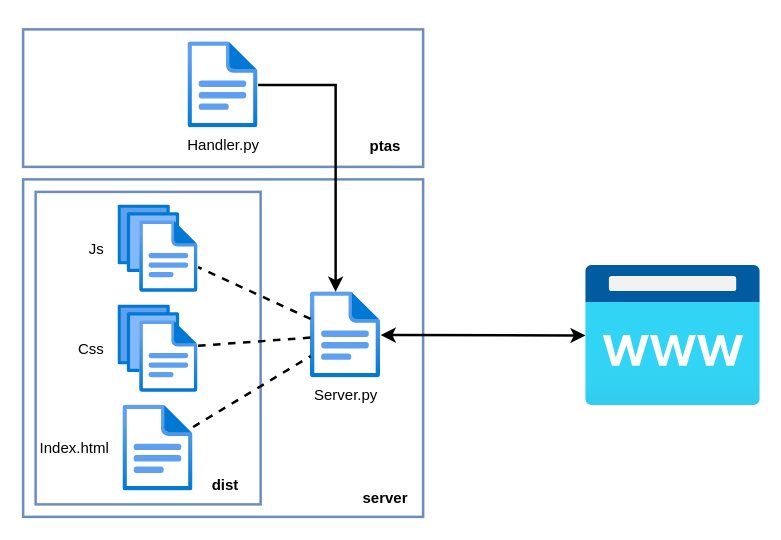
This is drawio/structure.drawio from JadKHaddad/Openfaas-Performance-Testing-as-a-Service, a draw.io file, before an edit. Source tidied: cells renumbered, new cells numbered last; positions are measured from the earlier drawing's top-left corner, leaving out a move shared by most shapes. Both pictures are drawn from the tidied source at 125%, with x=0, y=0 at pixel (22, 29). Pictures stored in the file or linked from it are replaced by grey dashed boxes.
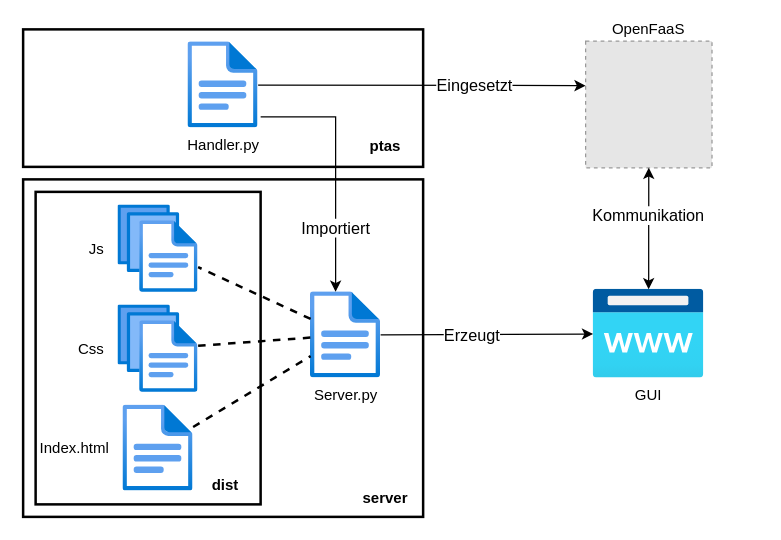
After the change.

Unchanged cells that the change refers to:
```xml
<mxCell id="5" value="Server.py" style="html=1;points=[];align=center;image;fontSize=12;image=img/lib/azure2/general/File.svg;" parent="1" vertex="1">
  <mxGeometry x="230" y="210" width="56" height="69" as="geometry" />
</mxCell>
<mxCell id="13" value="Handler.py" style="html=1;points=[];align=center;image;fontSize=12;image=img/lib/azure2/general/File.svg;" parent="1" vertex="1">
  <mxGeometry x="132" y="10" width="56" height="69" as="geometry" />
</mxCell>
```

What changed in the source:
```diff
@@
+    <mxCell id="12" style="rounded=0;whiteSpace=wrap;html=1;fillColor=none;strokeColor=#000000;strokeWidth=2;" parent="1" vertex="1">
+      <mxGeometry width="320" height="110" as="geometry" />
+    </mxCell>
+    <mxCell id="3" style="rounded=0;whiteSpace=wrap;html=1;fillColor=none;strokeColor=#000000;strokeWidth=2;" parent="1" vertex="1">
+      <mxGeometry y="120" width="320" height="270" as="geometry" />
+    </mxCell>
-    <mxCell id="2" style="rounded=0;whiteSpace=wrap;html=1;fillColor=none;strokeColor=#6c8ebf;strokeWidth=2;" parent="1" vertex="1">
+    <mxCell id="2" style="rounded=0;whiteSpace=wrap;html=1;fillColor=none;strokeColor=#000000;strokeWidth=2;" parent="1" vertex="1">
       <mxGeometry x="10" y="130" width="180" height="250" as="geometry" />
     </mxCell>
-    <mxCell id="3" style="rounded=0;whiteSpace=wrap;html=1;fillColor=none;strokeColor=#6c8ebf;strokeWidth=2;" parent="1" vertex="1">
-      <mxGeometry y="120" width="320" height="270" as="geometry" />
-    </mxCell>
-    <mxCell id="4" style="html=1;points=[];align=center;image;fontSize=12;image=img/lib/azure2/app_services/App_Service_Domains.svg;" parent="1" vertex="1">
-      <mxGeometry x="450" y="189" width="140" height="112" as="geometry" />
+    <mxCell id="4" value="GUI" style="html=1;points=[];align=center;image;fontSize=12;image=img/lib/azure2/app_services/App_Service_Domains.svg;" parent="1" vertex="1">
+      <mxGeometry x="456" y="208" width="88.8" height="71" as="geometry" />
     </mxCell>
@@
-    <mxCell id="12" style="rounded=0;whiteSpace=wrap;html=1;fillColor=none;strokeColor=#6c8ebf;strokeWidth=2;" parent="1" vertex="1">
-      <mxGeometry width="320" height="110" as="geometry" />
-    </mxCell>
@@
-    <mxCell id="14" style="edgeStyle=elbowEdgeStyle;elbow=horizontal;endArrow=classic;html=1;rounded=0;fontColor=#3333FF;strokeWidth=2;" parent="1" edge="1" source="13" target="5">
+    <mxCell id="14" style="edgeStyle=elbowEdgeStyle;elbow=horizontal;endArrow=classic;html=1;rounded=0;fontColor=#3333FF;strokeWidth=1;exitX=1.036;exitY=0.87;exitDx=0;exitDy=0;exitPerimeter=0;fontSize=9;" parent="1" edge="1" source="13" target="5">
       <mxGeometry relative="1" as="geometry">
         <Array as="points">
           <mxPoint x="250" y="100" />
           <mxPoint x="260" y="150" />
         </Array>
       </mxGeometry>
     </mxCell>
+    <mxCell id="19" value="&lt;font style=&quot;font-size: 13px;&quot;&gt;Importiert&lt;/font&gt;" style="edgeLabel;html=1;align=center;verticalAlign=middle;fontSize=13;" parent="14" vertex="1">
+      <mxGeometry x="0.48" y="-1" relative="1" as="geometry" />
+    </mxCell>
-    <mxCell id="15" style="endArrow=classic;startArrow=classic;html=1;rounded=0;fontColor=#3333FF;strokeWidth=2;" parent="1" edge="1" source="5" target="4">
+    <mxCell id="15" style="endArrow=classic;startArrow=none;html=1;rounded=0;fontColor=#3333FF;strokeWidth=1;startFill=0;" parent="1" edge="1" source="5" target="4">
       <mxGeometry relative="1" as="geometry" />
     </mxCell>
+    <mxCell id="20" value="Erzeugt" style="edgeLabel;html=1;align=center;verticalAlign=middle;fontSize=13;" parent="15" vertex="1">
+      <mxGeometry x="-0.11" y="-1" relative="1" as="geometry">
+        <mxPoint x="-4" y="-1" as="offset" />
+      </mxGeometry>
+    </mxCell>
@@
+    <mxCell id="21" value="OpenFaaS" style="fillColor=#E6E6E6;strokeColor=#999999;dashed=1;verticalLabelPosition=top;verticalAlign=bottom;labelPosition=center;align=center;" parent="1" vertex="1">
+      <mxGeometry x="450" y="9.3" width="101.1" height="101.4" as="geometry" />
+    </mxCell>
+    <mxCell id="22" style="endArrow=classic;html=1;rounded=0;" parent="1" edge="1" source="13">
+      <mxGeometry relative="1" as="geometry">
+        <mxPoint x="450" y="45" as="targetPoint" />
+      </mxGeometry>
+    </mxCell>
+    <mxCell id="23" value="&lt;font style=&quot;font-size: 13px;&quot;&gt;Eingesetzt&lt;/font&gt;" style="edgeLabel;html=1;align=center;verticalAlign=middle;fontSize=13;" parent="22" vertex="1">
+      <mxGeometry x="0.27" relative="1" as="geometry">
+        <mxPoint x="7" as="offset" />
+      </mxGeometry>
+    </mxCell>
+    <mxCell id="24" style="endArrow=classic;startArrow=classic;html=1;rounded=0;fontSize=12;strokeWidth=1;" parent="1" edge="1" source="4" target="21">
+      <mxGeometry relative="1" as="geometry" />
+    </mxCell>
+    <mxCell id="25" value="Kommunikation" style="edgeLabel;html=1;align=center;verticalAlign=middle;fontSize=13;" parent="24" vertex="1">
+      <mxGeometry x="0.27" y="1" relative="1" as="geometry">
+        <mxPoint y="3" as="offset" />
+      </mxGeometry>
+    </mxCell>
```
